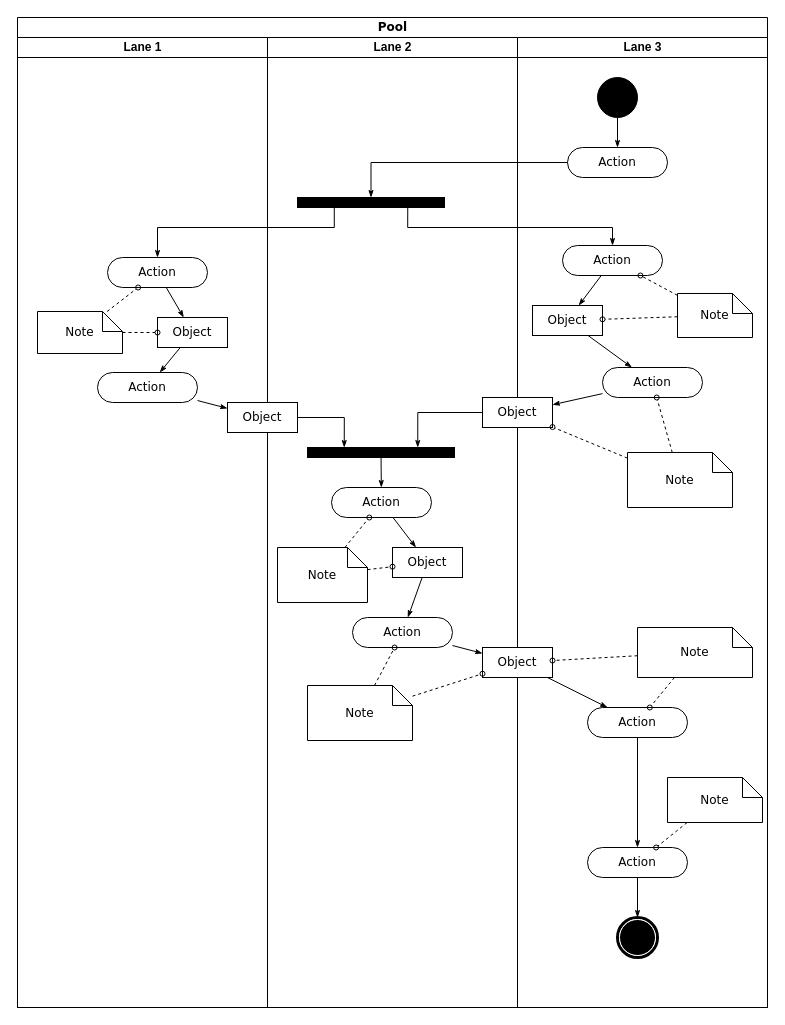
Above: Agent Sequence.drawio in Boland-Unfug/Thesis-python (draw.io), before the change. Source tidied: cells renumbered, new cells numbered last; positions are measured from the earlier drawing's top-left corner, leaving out a move shared by most shapes. Both pictures are drawn from the tidied source at 100%, with x=0, y=0 at pixel (17, 17).
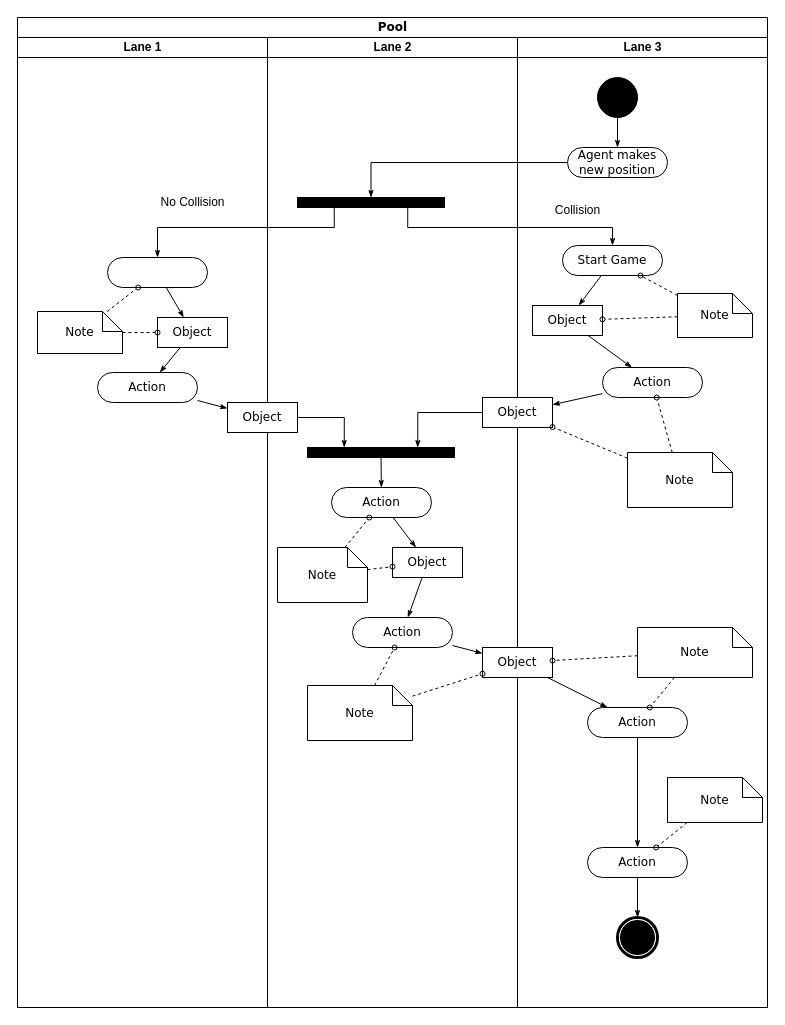
After the change.

The change refers to these unchanged cells:
```xml
<mxCell id="3" value="Lane 1" style="swimlane;html=1;startSize=20;" parent="2" vertex="1">
  <mxGeometry y="20" width="250" height="970" as="geometry" />
</mxCell>
<mxCell id="28" value="Lane 3" style="swimlane;html=1;startSize=20;" parent="2" vertex="1">
  <mxGeometry x="500" y="20" width="250" height="970" as="geometry" />
</mxCell>
```

What changed in the source:
```diff
@@
-    <mxCell id="5" value="Action" style="rounded=1;whiteSpace=wrap;html=1;shadow=0;comic=0;labelBackgroundColor=none;strokeWidth=1;fontFamily=Verdana;fontSize=12;align=center;arcSize=50;" parent="3" vertex="1">
+    <mxCell id="5" style="rounded=1;whiteSpace=wrap;html=1;shadow=0;comic=0;labelBackgroundColor=none;strokeWidth=1;fontFamily=Verdana;fontSize=12;align=center;arcSize=50;" parent="3" vertex="1">
       <mxGeometry x="90" y="220" width="100" height="30" as="geometry" />
     </mxCell>
@@
+    <mxCell id="64" value="No Collision" style="text;html=1;align=center;verticalAlign=middle;strokeColor=none;fillColor=none;" parent="3" vertex="1">
+      <mxGeometry x="130" y="150" width="90" height="30" as="geometry" />
+    </mxCell>
@@
-    <mxCell id="31" value="Action" style="rounded=1;whiteSpace=wrap;html=1;shadow=0;comic=0;labelBackgroundColor=none;strokeWidth=1;fontFamily=Verdana;fontSize=12;align=center;arcSize=50;" parent="28" vertex="1">
+    <mxCell id="31" value="Agent makes new position" style="rounded=1;whiteSpace=wrap;html=1;shadow=0;comic=0;labelBackgroundColor=none;strokeWidth=1;fontFamily=Verdana;fontSize=12;align=center;arcSize=50;" parent="28" vertex="1">
       <mxGeometry x="50" y="110" width="100" height="30" as="geometry" />
     </mxCell>
@@
-    <mxCell id="33" value="Action" style="rounded=1;whiteSpace=wrap;html=1;shadow=0;comic=0;labelBackgroundColor=none;strokeWidth=1;fontFamily=Verdana;fontSize=12;align=center;arcSize=50;" parent="28" vertex="1">
+    <mxCell id="33" value="Start Game" style="rounded=1;whiteSpace=wrap;html=1;shadow=0;comic=0;labelBackgroundColor=none;strokeWidth=1;fontFamily=Verdana;fontSize=12;align=center;arcSize=50;" parent="28" vertex="1">
       <mxGeometry x="45" y="208" width="100" height="30" as="geometry" />
     </mxCell>
@@
+    <mxCell id="65" value="Collision" style="text;html=1;align=center;verticalAlign=middle;strokeColor=none;fillColor=none;" parent="1" vertex="1">
+      <mxGeometry x="525" y="178" width="70" height="30" as="geometry" />
+    </mxCell>
```
